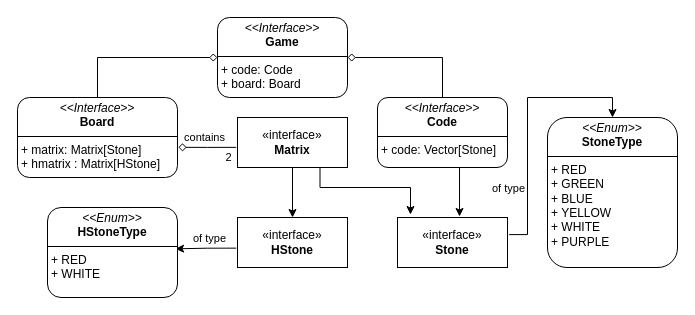
Earlier version of the draw.io diagram mastermind.drawio (Totti00/PPS-22-mastermind). Source tidied: cells renumbered, new cells numbered last; positions are measured from the earlier drawing's top-left corner, leaving out a move shared by most shapes. Both pictures are drawn from the tidied source at 100%, with x=0, y=0 at pixel (17, 17).
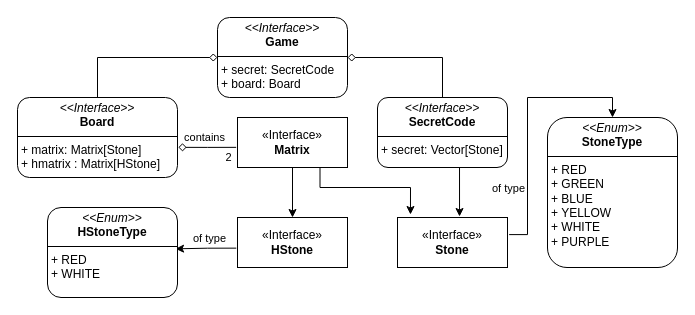
The same diagram, later.

What changed in the source:
```diff
@@
-    <mxCell id="2" value="&lt;p style=&quot;margin:0px;margin-top:4px;text-align:center;&quot;&gt;&lt;i&gt;&amp;lt;&amp;lt;Interface&amp;gt;&amp;gt;&lt;/i&gt;&lt;br&gt;&lt;b&gt;Game&lt;/b&gt;&lt;/p&gt;&lt;hr size=&quot;1&quot; style=&quot;border-style:solid;&quot;&gt;&lt;p style=&quot;margin:0px;margin-left:4px;&quot;&gt;+ code: Code&lt;br&gt;+ board: Board&lt;/p&gt;" style="verticalAlign=top;align=left;overflow=fill;html=1;whiteSpace=wrap;rounded=1;" parent="1" vertex="1">
+    <mxCell id="2" value="&lt;p style=&quot;margin:0px;margin-top:4px;text-align:center;&quot;&gt;&lt;i&gt;&amp;lt;&amp;lt;Interface&amp;gt;&amp;gt;&lt;/i&gt;&lt;br&gt;&lt;b&gt;Game&lt;/b&gt;&lt;/p&gt;&lt;hr size=&quot;1&quot; style=&quot;border-style:solid;&quot;&gt;&lt;p style=&quot;margin:0px;margin-left:4px;&quot;&gt;+ secret: SecretCode&lt;br&gt;+ board: Board&lt;/p&gt;" style="verticalAlign=top;align=left;overflow=fill;html=1;whiteSpace=wrap;rounded=1;" parent="1" vertex="1">
       <mxGeometry x="200" width="130" height="80" as="geometry" />
     </mxCell>
@@
-    <mxCell id="4" value="&lt;p style=&quot;margin:0px;margin-top:4px;text-align:center;&quot;&gt;&lt;i&gt;&amp;lt;&amp;lt;Interface&amp;gt;&amp;gt;&lt;/i&gt;&lt;br&gt;&lt;b&gt;Code&lt;/b&gt;&lt;/p&gt;&lt;hr size=&quot;1&quot; style=&quot;border-style:solid;&quot;&gt;&lt;p style=&quot;margin:0px;margin-left:4px;&quot;&gt;+ code: Vector[Stone]&lt;br&gt;&lt;/p&gt;" style="verticalAlign=top;align=left;overflow=fill;html=1;whiteSpace=wrap;rounded=1;" parent="1" vertex="1">
+    <mxCell id="4" value="&lt;p style=&quot;margin:0px;margin-top:4px;text-align:center;&quot;&gt;&lt;i&gt;&amp;lt;&amp;lt;Interface&amp;gt;&amp;gt;&lt;/i&gt;&lt;br&gt;&lt;b&gt;SecretCode&lt;/b&gt;&lt;/p&gt;&lt;hr size=&quot;1&quot; style=&quot;border-style:solid;&quot;&gt;&lt;p style=&quot;margin:0px;margin-left:4px;&quot;&gt;+ secret: Vector[Stone]&lt;br&gt;&lt;/p&gt;" style="verticalAlign=top;align=left;overflow=fill;html=1;whiteSpace=wrap;rounded=1;" parent="1" vertex="1">
       <mxGeometry x="360" y="80" width="130" height="70" as="geometry" />
     </mxCell>
@@
-    <mxCell id="9" value="«interface»&lt;br&gt;&lt;b&gt;Matrix&lt;/b&gt;" style="html=1;whiteSpace=wrap;" parent="1" vertex="1">
+    <mxCell id="9" value="«Interface»&lt;br&gt;&lt;b&gt;Matrix&lt;/b&gt;" style="html=1;whiteSpace=wrap;" parent="1" vertex="1">
       <mxGeometry x="220" y="100" width="110" height="50" as="geometry" />
     </mxCell>
@@
-    <mxCell id="12" value="«interface»&lt;br&gt;&lt;b&gt;HStone&lt;/b&gt;" style="html=1;whiteSpace=wrap;" parent="1" vertex="1">
+    <mxCell id="12" value="«Interface»&lt;br&gt;&lt;b&gt;HStone&lt;/b&gt;" style="html=1;whiteSpace=wrap;" parent="1" vertex="1">
       <mxGeometry x="220" y="200" width="110" height="50" as="geometry" />
     </mxCell>
@@
-    <mxCell id="15" value="«interface»&lt;br&gt;&lt;b&gt;Stone&lt;/b&gt;" style="html=1;whiteSpace=wrap;" parent="1" vertex="1">
+    <mxCell id="15" value="«Interface»&lt;br&gt;&lt;b&gt;Stone&lt;/b&gt;" style="html=1;whiteSpace=wrap;" parent="1" vertex="1">
       <mxGeometry x="380" y="200" width="110" height="50" as="geometry" />
     </mxCell>
```
